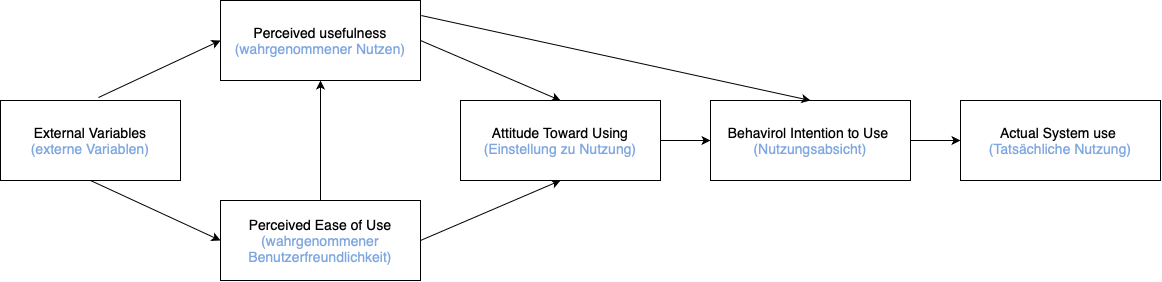
This is TAM1.drawio.png from Brouny09/Web_Programming, a draw.io export, as it was before one commit. Source tidied: cells renumbered, new cells last; positions are measured from the earlier drawing's top-left corner, leaving out a move shared by most shapes.
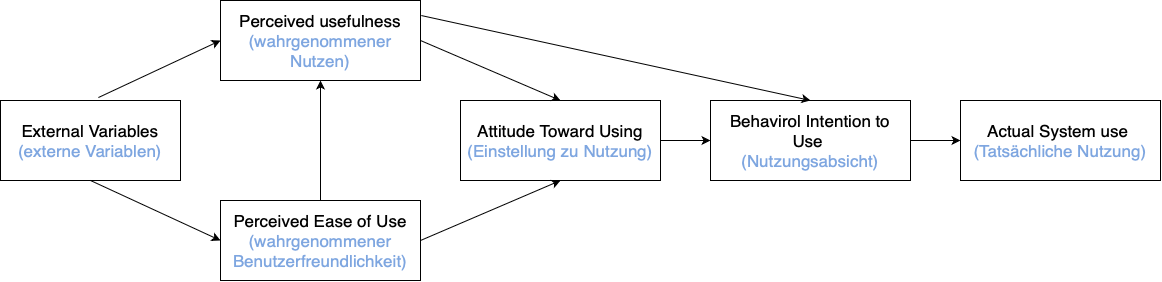
After the change.

Change to the diagram source:
```diff
@@ -2,22 +2,22 @@
   <root>
     <mxCell id="0" />
     <mxCell id="1" parent="0" />
-    <mxCell id="2" value="&lt;div&gt;&lt;span style=&quot;font-size: 14px;&quot;&gt;External Variables&lt;/span&gt;&lt;/div&gt;&lt;div&gt;&lt;span style=&quot;color: rgb(126, 166, 224); font-size: 14px;&quot;&gt;(externe Variablen)&lt;/span&gt;&lt;br&gt;&lt;/div&gt;" style="rounded=0;whiteSpace=wrap;html=1;" parent="1" vertex="1">
+    <mxCell id="2" value="&lt;div&gt;&lt;font style=&quot;font-size: 17px;&quot;&gt;External Variables&lt;/font&gt;&lt;/div&gt;&lt;div&gt;&lt;span style=&quot;color: rgb(126, 166, 224);&quot;&gt;&lt;font style=&quot;font-size: 17px;&quot;&gt;(externe Variablen)&lt;/font&gt;&lt;/span&gt;&lt;br&gt;&lt;/div&gt;" style="rounded=0;whiteSpace=wrap;html=1;" parent="1" vertex="1">
       <mxGeometry y="100" width="180" height="80" as="geometry" />
     </mxCell>
-    <mxCell id="3" value="&lt;div&gt;&lt;span style=&quot;font-size: 14px;&quot;&gt;Perceived usefulness&lt;/span&gt;&lt;/div&gt;&lt;div&gt;&lt;span style=&quot;color: rgb(126, 166, 224); font-size: 14px;&quot;&gt;(wahrgenommener Nutzen)&lt;/span&gt;&lt;br&gt;&lt;/div&gt;" style="rounded=0;whiteSpace=wrap;html=1;" parent="1" vertex="1">
+    <mxCell id="3" value="&lt;div&gt;&lt;font style=&quot;font-size: 17px;&quot;&gt;Perceived usefulness&lt;/font&gt;&lt;/div&gt;&lt;div&gt;&lt;span style=&quot;color: rgb(126, 166, 224);&quot;&gt;&lt;font style=&quot;font-size: 17px;&quot;&gt;(wahrgenommener Nutzen)&lt;/font&gt;&lt;/span&gt;&lt;br&gt;&lt;/div&gt;" style="rounded=0;whiteSpace=wrap;html=1;" parent="1" vertex="1">
       <mxGeometry x="220" width="200" height="80" as="geometry" />
     </mxCell>
-    <mxCell id="4" value="&lt;div&gt;&lt;span style=&quot;font-size: 14px;&quot;&gt;Perceived Ease of Use&lt;/span&gt;&lt;/div&gt;&lt;div&gt;&lt;span style=&quot;color: rgb(126, 166, 224); font-size: 14px;&quot;&gt;(wahrgenommener Benutzerfreundlichkeit)&lt;/span&gt;&lt;br&gt;&lt;/div&gt;" style="rounded=0;whiteSpace=wrap;html=1;" parent="1" vertex="1">
+    <mxCell id="4" value="&lt;div&gt;&lt;font style=&quot;font-size: 17px;&quot;&gt;Perceived Ease of Use&lt;/font&gt;&lt;/div&gt;&lt;div&gt;&lt;span style=&quot;color: rgb(126, 166, 224);&quot;&gt;&lt;font style=&quot;font-size: 17px;&quot;&gt;(wahrgenommener Benutzerfreundlichkeit)&lt;/font&gt;&lt;/span&gt;&lt;br&gt;&lt;/div&gt;" style="rounded=0;whiteSpace=wrap;html=1;" parent="1" vertex="1">
       <mxGeometry x="220" y="200" width="200" height="80" as="geometry" />
     </mxCell>
-    <mxCell id="5" value="&lt;div&gt;&lt;span style=&quot;font-size: 14px;&quot;&gt;Attitude Toward Using&lt;/span&gt;&lt;/div&gt;&lt;div&gt;&lt;span style=&quot;color: rgb(126, 166, 224); font-size: 14px;&quot;&gt;(Einstellung zu Nutzung&lt;/span&gt;&lt;span style=&quot;color: rgb(126, 166, 224); font-size: 14px;&quot;&gt;)&lt;/span&gt;&lt;/div&gt;" style="rounded=0;whiteSpace=wrap;html=1;" parent="1" vertex="1">
+    <mxCell id="5" value="&lt;div&gt;&lt;font style=&quot;font-size: 17px;&quot;&gt;Attitude Toward Using&lt;/font&gt;&lt;/div&gt;&lt;div&gt;&lt;font style=&quot;font-size: 17px;&quot;&gt;&lt;span style=&quot;color: rgb(126, 166, 224);&quot;&gt;(Einstellung zu Nutzung&lt;/span&gt;&lt;span style=&quot;color: rgb(126, 166, 224);&quot;&gt;)&lt;/span&gt;&lt;/font&gt;&lt;/div&gt;" style="rounded=0;whiteSpace=wrap;html=1;" parent="1" vertex="1">
       <mxGeometry x="460" y="100" width="200" height="80" as="geometry" />
     </mxCell>
-    <mxCell id="6" value="&lt;div&gt;&lt;span style=&quot;font-size: 14px;&quot;&gt;Behavirol Intention to Use&amp;nbsp;&lt;/span&gt;&lt;/div&gt;&lt;div&gt;&lt;span style=&quot;color: rgb(126, 166, 224); font-size: 14px;&quot;&gt;(Nutzungsabsicht&lt;/span&gt;&lt;span style=&quot;color: rgb(126, 166, 224); font-size: 14px;&quot;&gt;)&lt;/span&gt;&lt;br&gt;&lt;/div&gt;" style="rounded=0;whiteSpace=wrap;html=1;" parent="1" vertex="1">
+    <mxCell id="6" value="&lt;div&gt;&lt;font style=&quot;font-size: 17px;&quot;&gt;Behavirol Intention to Use&amp;nbsp;&lt;/font&gt;&lt;/div&gt;&lt;div&gt;&lt;font style=&quot;font-size: 17px;&quot;&gt;&lt;span style=&quot;color: rgb(126, 166, 224);&quot;&gt;(Nutzungsabsicht&lt;/span&gt;&lt;span style=&quot;color: rgb(126, 166, 224);&quot;&gt;)&lt;/span&gt;&lt;/font&gt;&lt;br&gt;&lt;/div&gt;" style="rounded=0;whiteSpace=wrap;html=1;" parent="1" vertex="1">
       <mxGeometry x="710" y="100" width="200" height="80" as="geometry" />
     </mxCell>
-    <mxCell id="7" value="&lt;div&gt;&lt;span style=&quot;font-size: 14px;&quot;&gt;Actual System use&amp;nbsp;&lt;/span&gt;&lt;/div&gt;&lt;div&gt;&lt;span style=&quot;color: rgb(126, 166, 224); font-size: 14px;&quot;&gt;(Tatsächliche Nutzung&lt;/span&gt;&lt;span style=&quot;color: rgb(126, 166, 224); font-size: 14px;&quot;&gt;)&lt;/span&gt;&lt;br&gt;&lt;/div&gt;" style="rounded=0;whiteSpace=wrap;html=1;" parent="1" vertex="1">
+    <mxCell id="7" value="&lt;div&gt;&lt;font style=&quot;font-size: 17px;&quot;&gt;Actual System use&amp;nbsp;&lt;/font&gt;&lt;/div&gt;&lt;div&gt;&lt;font style=&quot;font-size: 17px;&quot;&gt;&lt;span style=&quot;color: rgb(126, 166, 224);&quot;&gt;(Tatsächliche Nutzung&lt;/span&gt;&lt;span style=&quot;color: rgb(126, 166, 224);&quot;&gt;)&lt;/span&gt;&lt;/font&gt;&lt;br&gt;&lt;/div&gt;" style="rounded=0;whiteSpace=wrap;html=1;" parent="1" vertex="1">
       <mxGeometry x="960" y="100" width="200" height="80" as="geometry" />
     </mxCell>
     <mxCell id="8" style="endArrow=classic;html=1;rounded=0;exitX=0.5;exitY=1;exitDx=0;exitDy=0;entryX=0;entryY=0.5;entryDx=0;entryDy=0;" parent="1" edge="1" source="2" target="4">
```
